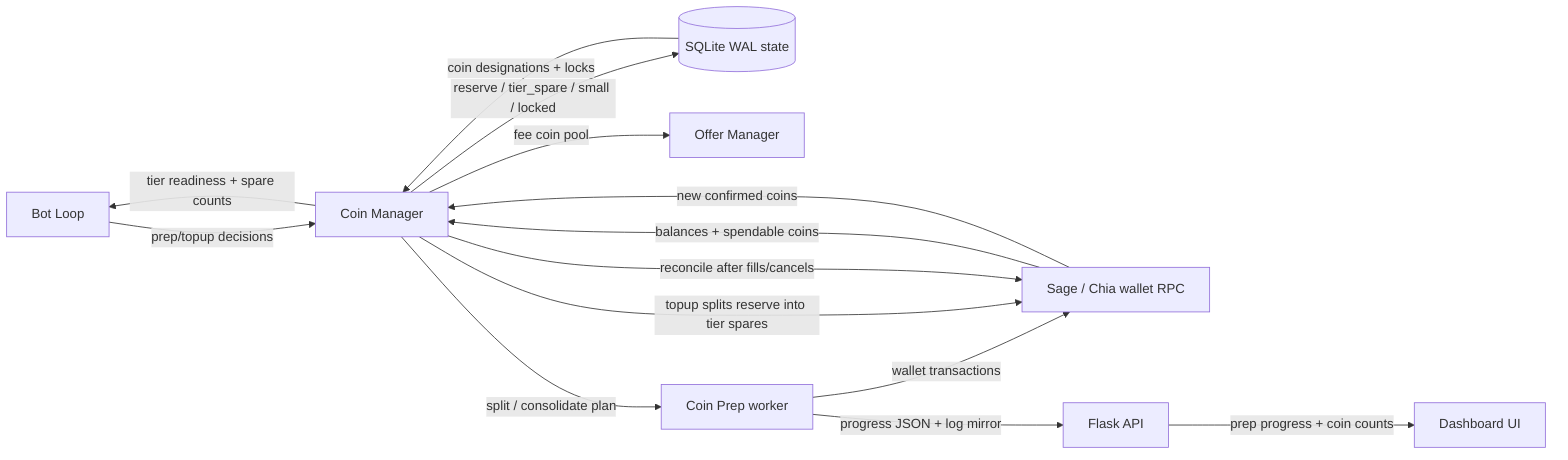
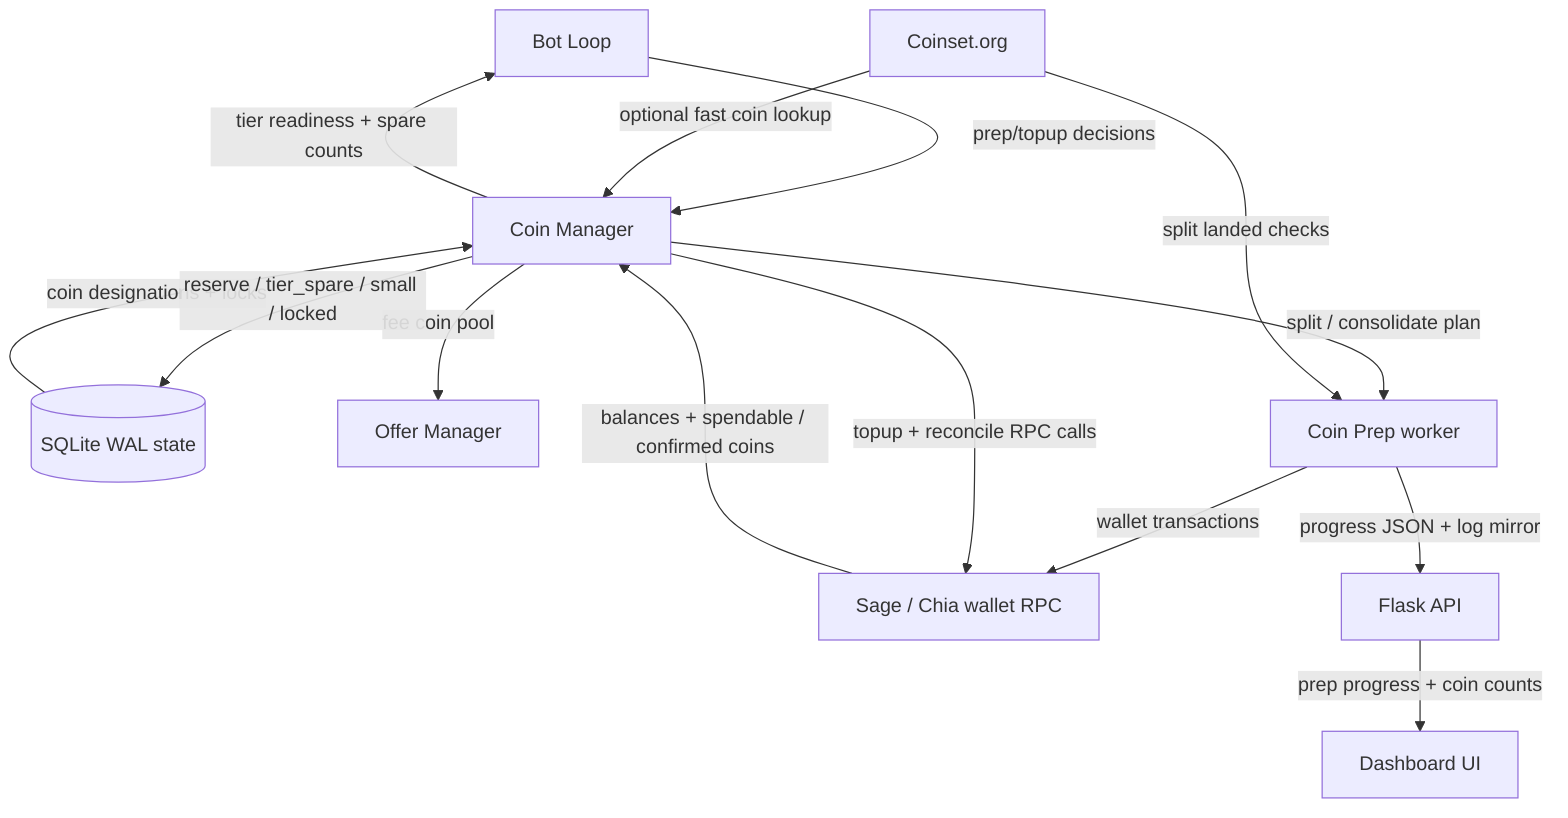
- flowchart LR
+ flowchart TB
    BL["Bot Loop"] -->|prep/topup decisions| CM["Coin Manager"]
-     W["Sage / Chia wallet RPC"] -->|balances + spendable coins| CM
+     W["Sage / Chia wallet RPC"] -->|balances + spendable / confirmed coins| CM
+     CS["Coinset.org"] -->|optional fast coin lookup| CM
    DB[("SQLite WAL state")] -->|coin designations + locks| CM

    CM -->|tier readiness + spare counts| BL
    CM -->|fee coin pool| OM["Offer Manager"]
    CM -->|split / consolidate plan| CP["Coin Prep worker"]
+     CS -->|split landed checks| CP
    CP -->|wallet transactions| W
    CP -->|progress JSON + log mirror| API["Flask API"]

-     W -->|new confirmed coins| CM
    CM -->|reserve / tier_spare / small / locked| DB
    API -->|prep progress + coin counts| UI["Dashboard UI"]

-     CM -->|topup splits reserve into tier spares| W
-     CM -->|reconcile after fills/cancels| W
+     CM -->|topup + reconcile RPC calls| W
